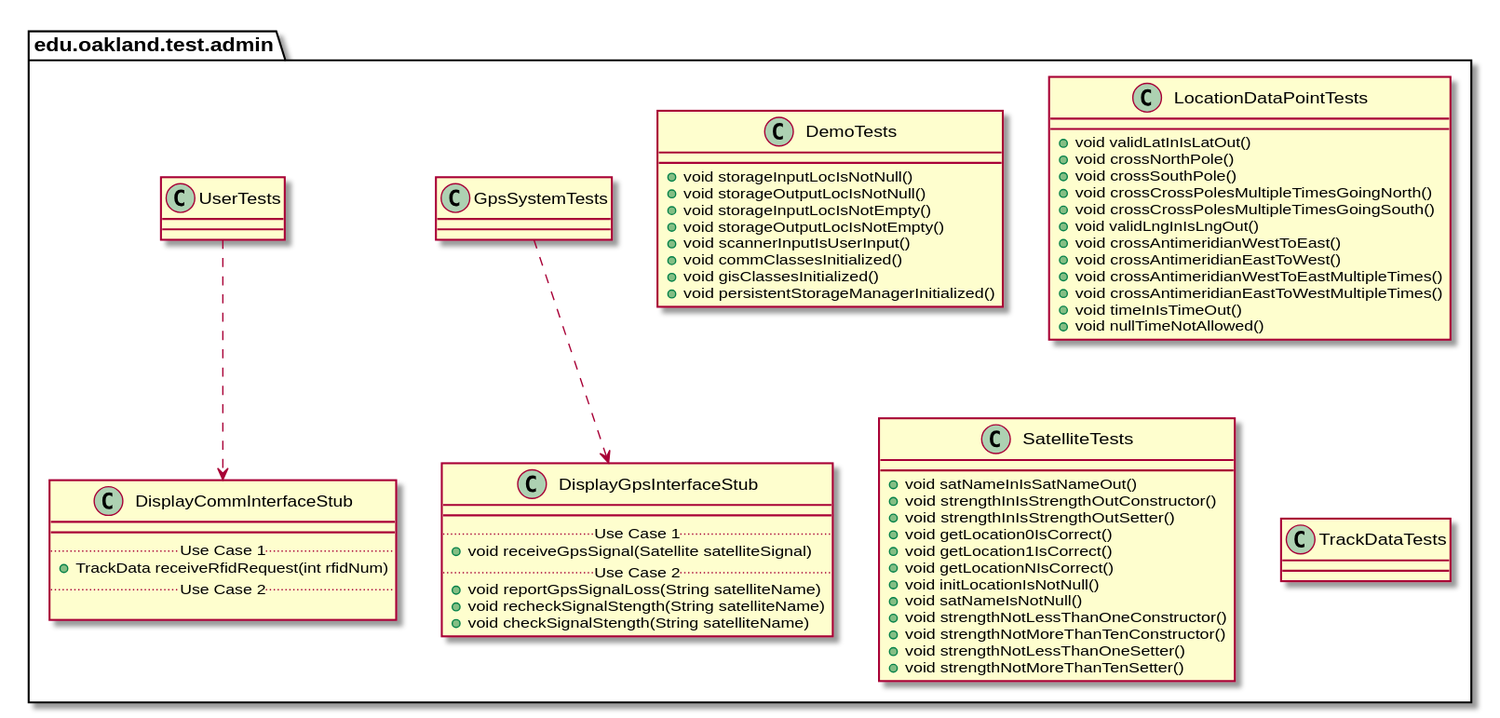
Earlier version of the PlantUML export docs/uml-class-diagrams/admin/test/AdminTestPackage_InternalDependencies.svg (elilley15/csi-3370-software-project).
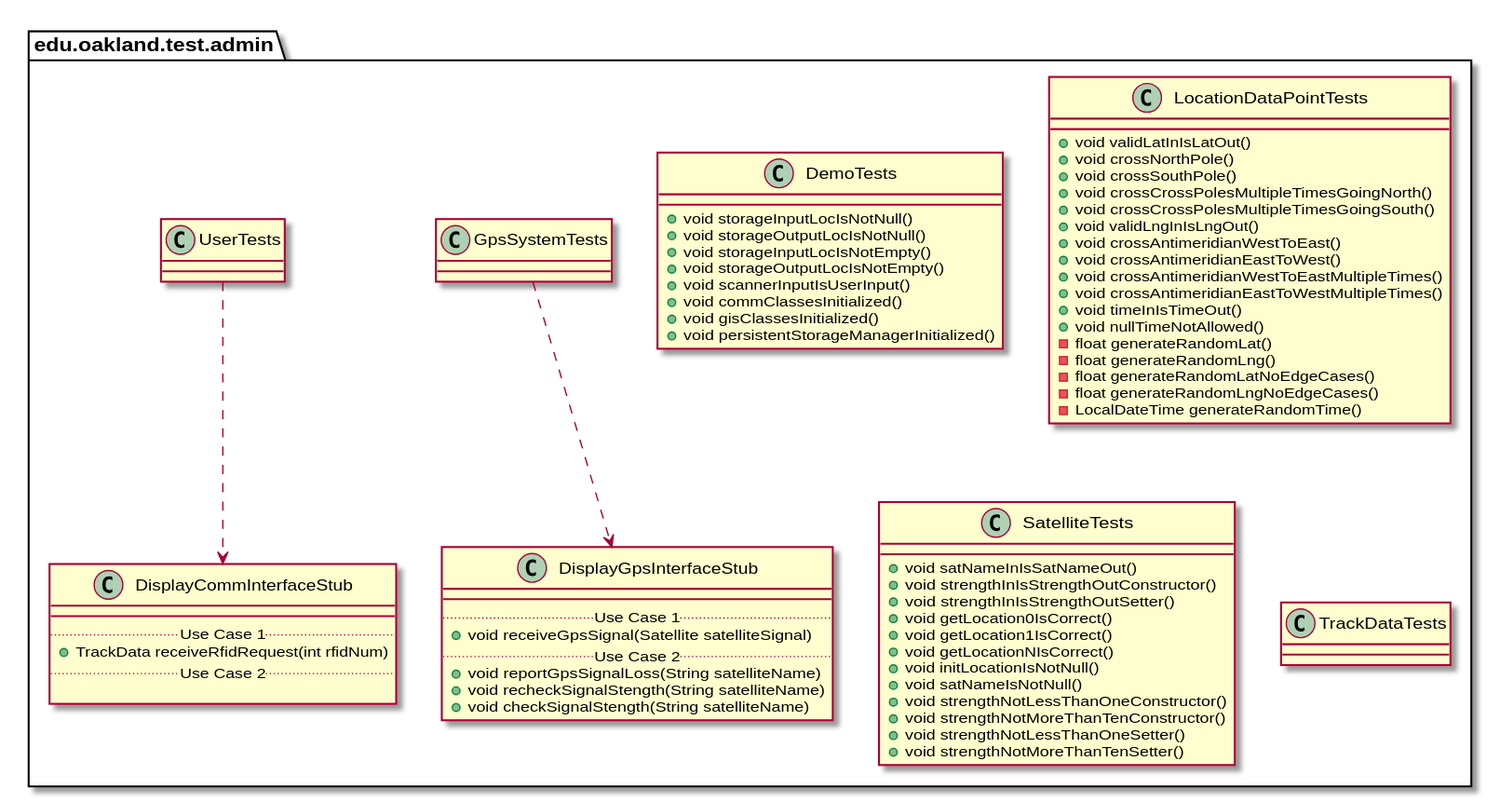
After the commit.

Change to the diagram source:
```diff
@@ -75,6 +75,11 @@
         + void crossAntimeridianEastToWestMultipleTimes()
         + void timeInIsTimeOut()
         + void nullTimeNotAllowed()
+        - float generateRandomLat()
+        - float generateRandomLng()
+        - float generateRandomLatNoEdgeCases()
+        - float generateRandomLngNoEdgeCases()
+        - LocalDateTime generateRandomTime()
     }
 }
 
```
